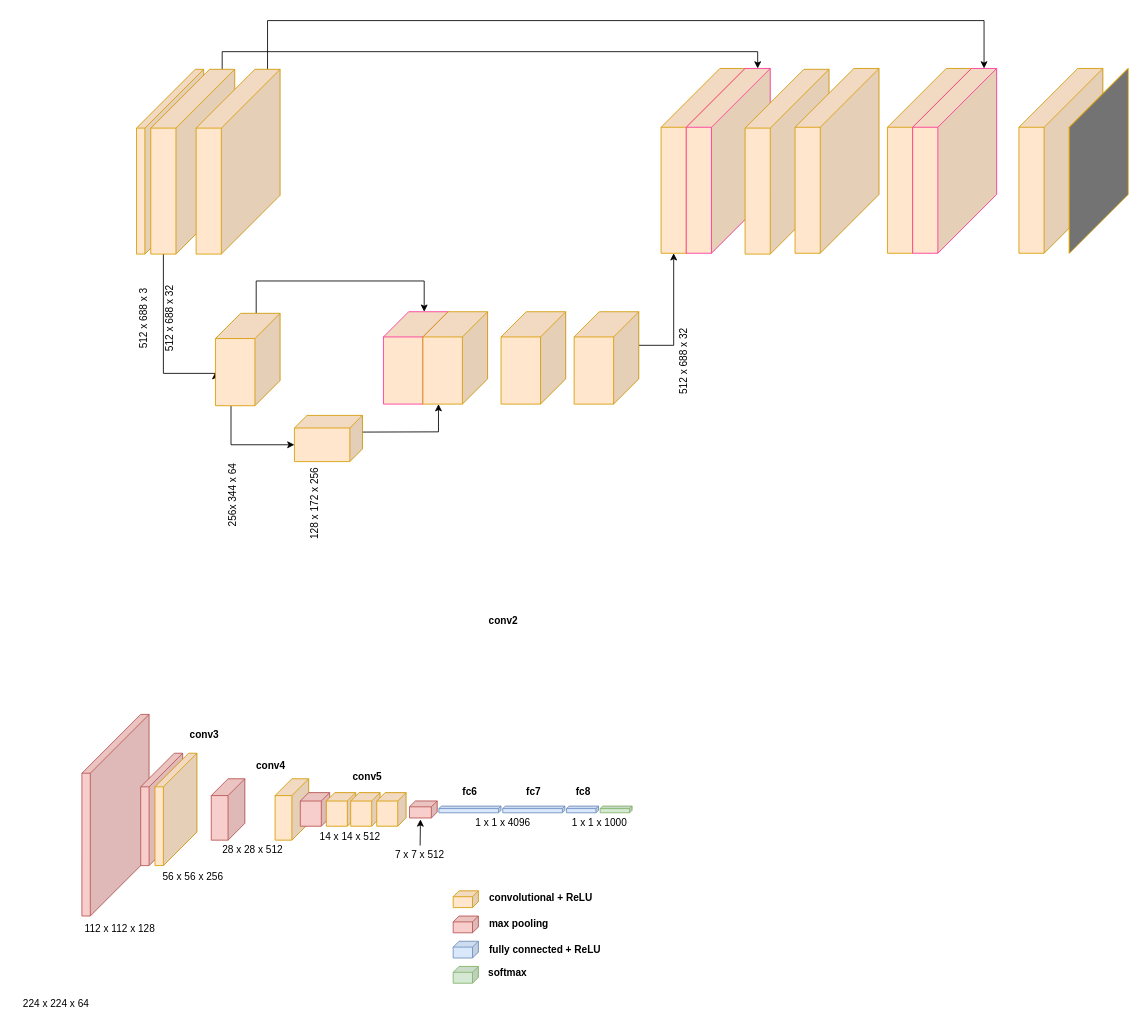
Before: vgg16_xml.drawio in farzin23i/Neural-Network-Architecture-Diagrams, a draw.io diagram. Source tidied: cells renumbered, new cells numbered last; positions are measured from the earlier drawing's top-left corner, leaving out a move shared by most shapes. Both pictures are drawn from the tidied source at 84%, with x=0, y=0 at pixel (14, 20).
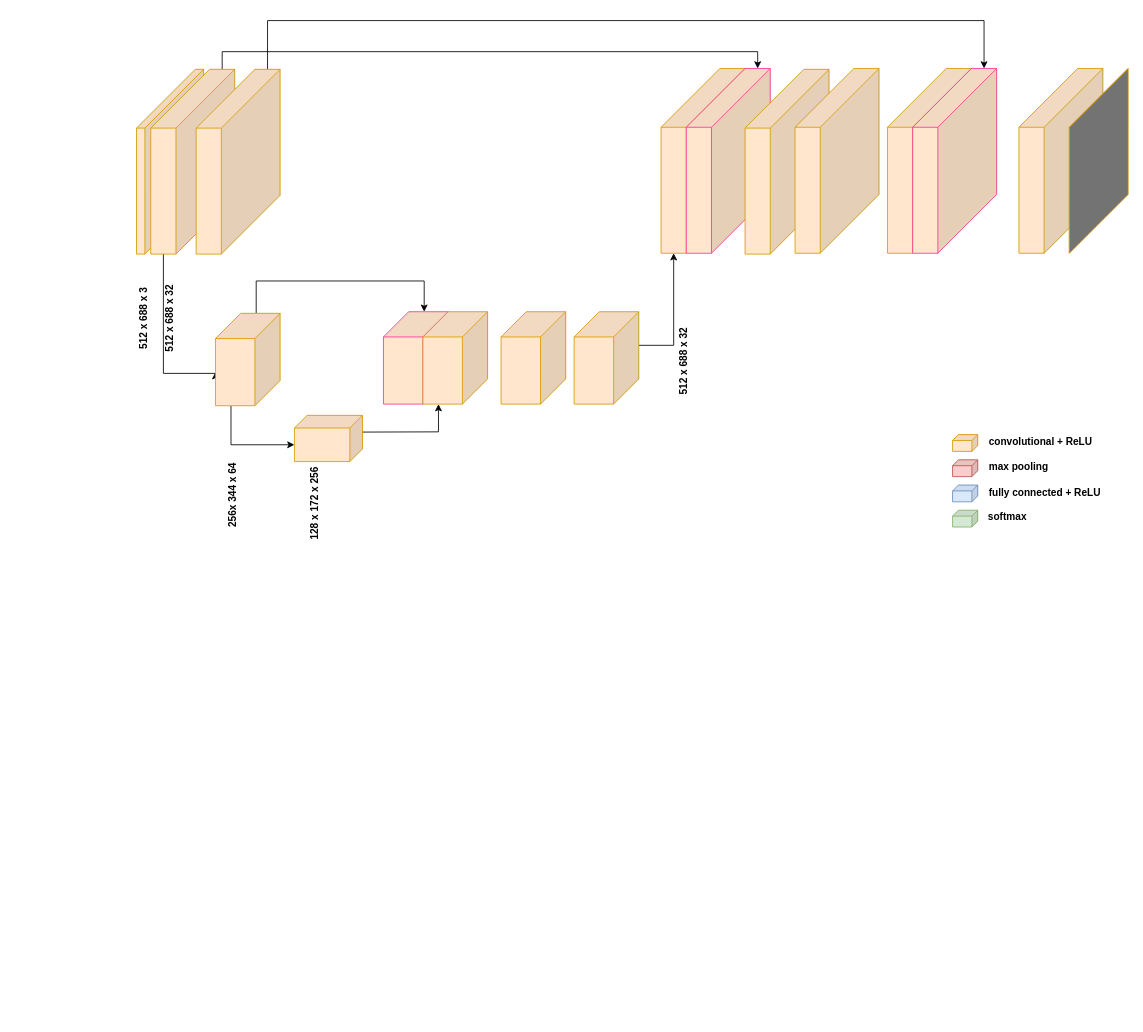
Above is the later version.

Change to the diagram source:
```diff
@@
-    <mxCell id="2" style="shape=cube;whiteSpace=wrap;html=1;boundedLbl=1;backgroundOutline=1;darkOpacity=0.05;darkOpacity2=0.1;size=70;direction=east;flipH=1;fillColor=#f8cecc;strokeColor=#b85450;" parent="1" vertex="1">
-      <mxGeometry x="80" y="826" width="80" height="240" as="geometry" />
-    </mxCell>
-    <mxCell id="3" style="shape=cube;whiteSpace=wrap;html=1;boundedLbl=1;backgroundOutline=1;darkOpacity=0.05;darkOpacity2=0.1;size=40;direction=east;flipH=1;fillColor=#f8cecc;strokeColor=#b85450;" parent="1" vertex="1">
-      <mxGeometry x="150" y="872.2" width="50" height="133.8" as="geometry" />
-    </mxCell>
-    <mxCell id="4" style="shape=cube;whiteSpace=wrap;html=1;boundedLbl=1;backgroundOutline=1;darkOpacity=0.05;darkOpacity2=0.1;size=40;direction=east;flipH=1;fillColor=#ffe6cc;strokeColor=#d79b00;" parent="1" vertex="1">
-      <mxGeometry x="167" y="872.2" width="50" height="133.8" as="geometry" />
-    </mxCell>
-    <mxCell id="5" style="shape=cube;whiteSpace=wrap;html=1;boundedLbl=1;backgroundOutline=1;darkOpacity=0.05;darkOpacity2=0.1;size=20;direction=east;flipH=1;fillColor=#f8cecc;strokeColor=#b85450;" parent="1" vertex="1">
-      <mxGeometry x="234" y="902.6" width="40" height="73.1" as="geometry" />
-    </mxCell>
-    <mxCell id="6" style="shape=cube;whiteSpace=wrap;html=1;boundedLbl=1;backgroundOutline=1;darkOpacity=0.05;darkOpacity2=0.1;size=20;direction=east;flipH=1;fillColor=#ffe6cc;strokeColor=#d79b00;" parent="1" vertex="1">
-      <mxGeometry x="310" y="902.6" width="40" height="73.1" as="geometry" />
-    </mxCell>
-    <mxCell id="7" style="shape=cube;whiteSpace=wrap;html=1;boundedLbl=1;backgroundOutline=1;darkOpacity=0.05;darkOpacity2=0.1;size=10;direction=east;flipH=1;fillColor=#f8cecc;strokeColor=#b85450;" parent="1" vertex="1">
-      <mxGeometry x="340" y="919.1" width="35" height="40" as="geometry" />
-    </mxCell>
-    <mxCell id="8" style="shape=cube;whiteSpace=wrap;html=1;boundedLbl=1;backgroundOutline=1;darkOpacity=0.05;darkOpacity2=0.1;size=10;direction=east;flipH=1;fillColor=#ffe6cc;strokeColor=#d79b00;" parent="1" vertex="1">
-      <mxGeometry x="371" y="919.1" width="35" height="40" as="geometry" />
-    </mxCell>
-    <mxCell id="9" style="shape=cube;whiteSpace=wrap;html=1;boundedLbl=1;backgroundOutline=1;darkOpacity=0.05;darkOpacity2=0.1;size=7;direction=east;flipH=1;fillColor=#f8cecc;strokeColor=#b85450;" parent="1" vertex="1">
-      <mxGeometry x="470" y="929" width="33" height="20.3" as="geometry" />
-    </mxCell>
-    <mxCell id="10" style="shape=cube;whiteSpace=wrap;html=1;boundedLbl=1;backgroundOutline=1;darkOpacity=0.05;darkOpacity2=0.1;size=3;direction=east;flipH=1;fillColor=#dae8fc;strokeColor=#6c8ebf;" parent="1" vertex="1">
-      <mxGeometry x="505" y="935.1" width="74" height="8" as="geometry" />
-    </mxCell>
-    <mxCell id="11" style="shape=cube;whiteSpace=wrap;html=1;boundedLbl=1;backgroundOutline=1;darkOpacity=0.05;darkOpacity2=0.1;size=3;direction=east;flipH=1;fillColor=#dae8fc;strokeColor=#6c8ebf;" parent="1" vertex="1">
-      <mxGeometry x="581" y="935.1" width="74" height="8" as="geometry" />
-    </mxCell>
-    <mxCell id="12" style="shape=cube;whiteSpace=wrap;html=1;boundedLbl=1;backgroundOutline=1;darkOpacity=0.05;darkOpacity2=0.1;size=3;direction=east;flipH=1;fillColor=#dae8fc;strokeColor=#6c8ebf;" parent="1" vertex="1">
-      <mxGeometry x="657" y="935.1" width="38" height="8" as="geometry" />
-    </mxCell>
-    <mxCell id="13" style="shape=cube;whiteSpace=wrap;html=1;boundedLbl=1;backgroundOutline=1;darkOpacity=0.05;darkOpacity2=0.1;size=7;direction=east;flipH=1;fillColor=#ffe6cc;strokeColor=#d79b00;" parent="1" vertex="1">
-      <mxGeometry x="522" y="1036" width="30" height="20" as="geometry" />
+    <mxCell id="13" style="shape=cube;whiteSpace=wrap;html=1;boundedLbl=1;backgroundOutline=1;darkOpacity=0.05;darkOpacity2=0.1;size=7;direction=east;flipH=1;fillColor=#ffe6cc;strokeColor=#d79b00;fontStyle=1;" parent="1" vertex="1">
+      <mxGeometry x="1116.5" y="492.9" width="30" height="20" as="geometry" />
     </mxCell>
-    <mxCell id="14" style="shape=cube;whiteSpace=wrap;html=1;boundedLbl=1;backgroundOutline=1;darkOpacity=0.05;darkOpacity2=0.1;size=7;direction=east;flipH=1;fillColor=#f8cecc;strokeColor=#b85450;" parent="1" vertex="1">
-      <mxGeometry x="522" y="1066" width="30" height="20" as="geometry" />
+    <mxCell id="14" style="shape=cube;whiteSpace=wrap;html=1;boundedLbl=1;backgroundOutline=1;darkOpacity=0.05;darkOpacity2=0.1;size=7;direction=east;flipH=1;fillColor=#f8cecc;strokeColor=#b85450;fontStyle=1;" parent="1" vertex="1">
+      <mxGeometry x="1116.5" y="522.9" width="30" height="20" as="geometry" />
     </mxCell>
-    <mxCell id="15" style="shape=cube;whiteSpace=wrap;html=1;boundedLbl=1;backgroundOutline=1;darkOpacity=0.05;darkOpacity2=0.1;size=7;direction=east;flipH=1;fillColor=#dae8fc;strokeColor=#6c8ebf;" parent="1" vertex="1">
-      <mxGeometry x="522" y="1096" width="30" height="20" as="geometry" />
+    <mxCell id="15" style="shape=cube;whiteSpace=wrap;html=1;boundedLbl=1;backgroundOutline=1;darkOpacity=0.05;darkOpacity2=0.1;size=7;direction=east;flipH=1;fillColor=#dae8fc;strokeColor=#6c8ebf;fontStyle=1;" parent="1" vertex="1">
+      <mxGeometry x="1116.5" y="552.9" width="30" height="20" as="geometry" />
     </mxCell>
-    <mxCell id="16" style="shape=cube;whiteSpace=wrap;html=1;boundedLbl=1;backgroundOutline=1;darkOpacity=0.05;darkOpacity2=0.1;size=3;direction=east;flipH=1;fillColor=#d5e8d4;strokeColor=#82b366;" parent="1" vertex="1">
-      <mxGeometry x="697" y="935.1" width="38" height="8" as="geometry" />
-    </mxCell>
-    <mxCell id="17" style="shape=cube;whiteSpace=wrap;html=1;boundedLbl=1;backgroundOutline=1;darkOpacity=0.05;darkOpacity2=0.1;size=7;direction=east;flipH=1;fillColor=#d5e8d4;strokeColor=#82b366;" parent="1" vertex="1">
-      <mxGeometry x="522" y="1126" width="30" height="20" as="geometry" />
+    <mxCell id="17" style="shape=cube;whiteSpace=wrap;html=1;boundedLbl=1;backgroundOutline=1;darkOpacity=0.05;darkOpacity2=0.1;size=7;direction=east;flipH=1;fillColor=#d5e8d4;strokeColor=#82b366;fontStyle=1;" parent="1" vertex="1">
+      <mxGeometry x="1116.5" y="582.9" width="30" height="20" as="geometry" />
     </mxCell>
-    <mxCell id="18" value="&lt;b&gt;conv2&lt;/b&gt;" style="text;html=1;strokeColor=none;fillColor=none;align=center;verticalAlign=middle;whiteSpace=wrap;rounded=0;" parent="1" vertex="1">
-      <mxGeometry x="561.5" y="700" width="40" height="30" as="geometry" />
-    </mxCell>
-    <mxCell id="19" value="&lt;b&gt;conv3&lt;/b&gt;" style="text;html=1;strokeColor=none;fillColor=none;align=center;verticalAlign=middle;whiteSpace=wrap;rounded=0;" parent="1" vertex="1">
-      <mxGeometry x="206" y="836" width="40" height="30" as="geometry" />
-    </mxCell>
-    <mxCell id="20" value="&lt;b&gt;conv4&lt;/b&gt;" style="text;html=1;strokeColor=none;fillColor=none;align=center;verticalAlign=middle;whiteSpace=wrap;rounded=0;" parent="1" vertex="1">
-      <mxGeometry x="285" y="872.2" width="40" height="30" as="geometry" />
-    </mxCell>
-    <mxCell id="21" value="&lt;b&gt;conv5&lt;/b&gt;" style="text;html=1;strokeColor=none;fillColor=none;align=center;verticalAlign=middle;whiteSpace=wrap;rounded=0;" parent="1" vertex="1">
-      <mxGeometry x="400" y="886" width="40" height="30" as="geometry" />
-    </mxCell>
-    <mxCell id="22" value="&lt;b&gt;fc6&lt;/b&gt;" style="text;html=1;strokeColor=none;fillColor=none;align=center;verticalAlign=middle;whiteSpace=wrap;rounded=0;" parent="1" vertex="1">
-      <mxGeometry x="522" y="902.6" width="40" height="30" as="geometry" />
-    </mxCell>
-    <mxCell id="23" value="&lt;b&gt;fc7&lt;/b&gt;" style="text;html=1;strokeColor=none;fillColor=none;align=center;verticalAlign=middle;whiteSpace=wrap;rounded=0;" parent="1" vertex="1">
-      <mxGeometry x="598" y="902.6" width="40" height="30" as="geometry" />
-    </mxCell>
-    <mxCell id="24" value="&lt;b&gt;fc8&lt;/b&gt;" style="text;html=1;strokeColor=none;fillColor=none;align=center;verticalAlign=middle;whiteSpace=wrap;rounded=0;" parent="1" vertex="1">
-      <mxGeometry x="657" y="902.6" width="40" height="30" as="geometry" />
-    </mxCell>
-    <mxCell id="25" value="224 x 224 x 64" style="text;html=1;strokeColor=none;fillColor=none;align=center;verticalAlign=middle;whiteSpace=wrap;rounded=0;" parent="1" vertex="1">
-      <mxGeometry y="1156" width="99" height="30" as="geometry" />
-    </mxCell>
-    <mxCell id="26" value="112 x 112 x 128" style="text;html=1;strokeColor=none;fillColor=none;align=center;verticalAlign=middle;whiteSpace=wrap;rounded=0;" parent="1" vertex="1">
-      <mxGeometry x="76" y="1066" width="99" height="30" as="geometry" />
-    </mxCell>
-    <mxCell id="27" value="56 x 56 x 256" style="text;html=1;strokeColor=none;fillColor=none;align=center;verticalAlign=middle;whiteSpace=wrap;rounded=0;" parent="1" vertex="1">
-      <mxGeometry x="163" y="1005" width="99" height="30" as="geometry" />
-    </mxCell>
-    <mxCell id="28" value="28 x 28 x 512" style="text;html=1;strokeColor=none;fillColor=none;align=center;verticalAlign=middle;whiteSpace=wrap;rounded=0;" parent="1" vertex="1">
-      <mxGeometry x="234" y="972" width="99" height="30" as="geometry" />
-    </mxCell>
-    <mxCell id="29" value="14 x 14 x 512" style="text;html=1;strokeColor=none;fillColor=none;align=center;verticalAlign=middle;whiteSpace=wrap;rounded=0;" parent="1" vertex="1">
-      <mxGeometry x="350" y="957.1" width="99" height="30" as="geometry" />
-    </mxCell>
-    <mxCell id="30" style="shape=cube;whiteSpace=wrap;html=1;boundedLbl=1;backgroundOutline=1;darkOpacity=0.05;darkOpacity2=0.1;size=10;direction=east;flipH=1;fillColor=#ffe6cc;strokeColor=#d79b00;" parent="1" vertex="1">
-      <mxGeometry x="400" y="919.1" width="35" height="40" as="geometry" />
-    </mxCell>
-    <mxCell id="31" style="shape=cube;whiteSpace=wrap;html=1;boundedLbl=1;backgroundOutline=1;darkOpacity=0.05;darkOpacity2=0.1;size=10;direction=east;flipH=1;fillColor=#ffe6cc;strokeColor=#d79b00;" parent="1" vertex="1">
-      <mxGeometry x="431" y="919.1" width="35" height="40" as="geometry" />
-    </mxCell>
-    <mxCell id="32" value="7 x 7 x 512" style="text;html=1;strokeColor=none;fillColor=none;align=center;verticalAlign=middle;whiteSpace=wrap;rounded=0;" parent="1" vertex="1">
-      <mxGeometry x="433" y="982.1" width="99" height="23.9" as="geometry" />
-    </mxCell>
-    <mxCell id="33" style="endArrow=classic;html=1;entryX=0.605;entryY=1.084;entryDx=0;entryDy=0;entryPerimeter=0;" parent="1" edge="1" source="32" target="9">
-      <mxGeometry relative="1" as="geometry" />
-    </mxCell>
-    <mxCell id="34" value="1 x 1 x 4096" style="text;html=1;strokeColor=none;fillColor=none;align=center;verticalAlign=middle;whiteSpace=wrap;rounded=0;" parent="1" vertex="1">
-      <mxGeometry x="532" y="943.1" width="99" height="24" as="geometry" />
-    </mxCell>
-    <mxCell id="35" value="1 x 1 x 1000" style="text;html=1;strokeColor=none;fillColor=none;align=center;verticalAlign=middle;whiteSpace=wrap;rounded=0;" parent="1" vertex="1">
-      <mxGeometry x="647" y="943.1" width="99" height="24" as="geometry" />
-    </mxCell>
     <mxCell id="36" value="convolutional + ReLU" style="text;html=1;strokeColor=none;fillColor=none;align=left;verticalAlign=middle;whiteSpace=wrap;rounded=0;fontStyle=1;" parent="1" vertex="1">
-      <mxGeometry x="563" y="1033.1" width="138" height="23.9" as="geometry" />
+      <mxGeometry x="1157.5" y="490" width="138" height="23.9" as="geometry" />
     </mxCell>
     <mxCell id="37" value="max pooling" style="text;html=1;strokeColor=none;fillColor=none;align=left;verticalAlign=middle;whiteSpace=wrap;rounded=0;fontStyle=1;" parent="1" vertex="1">
-      <mxGeometry x="563" y="1063.1" width="138" height="23.9" as="geometry" />
+      <mxGeometry x="1157.5" y="520" width="138" height="23.9" as="geometry" />
     </mxCell>
     <mxCell id="38" value="fully connected + ReLU" style="text;html=1;strokeColor=none;fillColor=none;align=left;verticalAlign=middle;whiteSpace=wrap;rounded=0;fontStyle=1;" parent="1" vertex="1">
-      <mxGeometry x="563" y="1094.1" width="138" height="23.9" as="geometry" />
+      <mxGeometry x="1157.5" y="551.1" width="138" height="23.9" as="geometry" />
     </mxCell>
     <mxCell id="39" value="softmax" style="text;html=1;strokeColor=none;fillColor=none;align=left;verticalAlign=middle;whiteSpace=wrap;rounded=0;fontStyle=1;" parent="1" vertex="1">
-      <mxGeometry x="562" y="1122.1" width="138" height="23.9" as="geometry" />
+      <mxGeometry x="1156.5" y="579.1" width="138" height="23.9" as="geometry" />
     </mxCell>
-    <mxCell id="40" value="128 x 172 x 256" style="text;html=1;strokeColor=none;fillColor=none;align=center;verticalAlign=middle;whiteSpace=wrap;rounded=0;rotation=-90;" parent="1" vertex="1">
+    <mxCell id="40" value="128 x 172 x 256" style="text;html=1;strokeColor=none;fillColor=none;align=center;verticalAlign=middle;whiteSpace=wrap;rounded=0;rotation=-90;fontStyle=1;" parent="1" vertex="1">
       <mxGeometry x="308" y="560" width="99" height="30" as="geometry" />
     </mxCell>
-    <mxCell id="41" value="256x 344 x 64" style="text;html=1;strokeColor=none;fillColor=none;align=center;verticalAlign=middle;whiteSpace=wrap;rounded=0;rotation=-90;" parent="1" vertex="1">
+    <mxCell id="41" value="256x 344 x 64" style="text;html=1;strokeColor=none;fillColor=none;align=center;verticalAlign=middle;whiteSpace=wrap;rounded=0;rotation=-90;fontStyle=1;" parent="1" vertex="1">
       <mxGeometry x="211" y="550" width="99" height="30" as="geometry" />
     </mxCell>
@@
-    <mxCell id="47" value="512 x 688 x 3&amp;nbsp;" style="text;html=1;strokeColor=none;fillColor=none;align=center;verticalAlign=middle;whiteSpace=wrap;rounded=0;rotation=-90;" parent="1" vertex="1">
+    <mxCell id="47" value="512 x 688 x 3&amp;nbsp;" style="text;html=1;strokeColor=none;fillColor=none;align=center;verticalAlign=middle;whiteSpace=wrap;rounded=0;rotation=-90;fontStyle=1;" parent="1" vertex="1">
       <mxGeometry x="105" y="338" width="99" height="30" as="geometry" />
     </mxCell>
-    <mxCell id="48" value="512 x 688 x 32&amp;nbsp;" style="text;html=1;strokeColor=none;fillColor=none;align=center;verticalAlign=middle;whiteSpace=wrap;rounded=0;rotation=-90;" parent="1" vertex="1">
+    <mxCell id="48" value="512 x 688 x 32&amp;nbsp;" style="text;html=1;strokeColor=none;fillColor=none;align=center;verticalAlign=middle;whiteSpace=wrap;rounded=0;rotation=-90;fontStyle=1;" parent="1" vertex="1">
       <mxGeometry x="136" y="338" width="99" height="30" as="geometry" />
     </mxCell>
@@
-    <mxCell id="50" style="edgeStyle=orthogonalEdgeStyle;rounded=0;jettySize=auto;html=1;exitX=0;exitY=0;exitDx=58.5;exitDy=110;exitPerimeter=0;entryX=0;entryY=0;entryDx=81;entryDy=35;entryPerimeter=0;fontColor=#383838;" parent="1" edge="1" source="51" target="53">
+    <mxCell id="50" style="edgeStyle=orthogonalEdgeStyle;rounded=0;jettySize=auto;html=1;exitX=0;exitY=0;exitDx=58.5;exitDy=110;exitPerimeter=0;entryX=0;entryY=0;entryDx=81;entryDy=35;entryPerimeter=0;fontColor=#383838;fontStyle=1;" parent="1" edge="1" source="51" target="53">
       <mxGeometry relative="1" as="geometry" />
     </mxCell>
-    <mxCell id="51" style="shape=cube;whiteSpace=wrap;html=1;boundedLbl=1;backgroundOutline=1;darkOpacity=0.05;darkOpacity2=0.1;size=30;direction=east;flipH=1;fillColor=#ffe6cc;strokeColor=#d79b00;" parent="1" vertex="1">
+    <mxCell id="51" style="shape=cube;whiteSpace=wrap;html=1;boundedLbl=1;backgroundOutline=1;darkOpacity=0.05;darkOpacity2=0.1;size=30;direction=east;flipH=1;fillColor=#ffe6cc;strokeColor=#d79b00;fontStyle=1;" parent="1" vertex="1">
       <mxGeometry x="239" y="348.5" width="77" height="110" as="geometry" />
     </mxCell>
@@
-    <mxCell id="53" style="shape=cube;whiteSpace=wrap;html=1;boundedLbl=1;backgroundOutline=1;darkOpacity=0.05;darkOpacity2=0.1;size=15;direction=east;flipH=1;fillColor=#ffe6cc;strokeColor=#d79b00;" parent="1" vertex="1">
+    <mxCell id="53" style="shape=cube;whiteSpace=wrap;html=1;boundedLbl=1;backgroundOutline=1;darkOpacity=0.05;darkOpacity2=0.1;size=15;direction=east;flipH=1;fillColor=#ffe6cc;strokeColor=#d79b00;fontStyle=1;" parent="1" vertex="1">
       <mxGeometry x="333" y="470" width="81" height="55" as="geometry" />
     </mxCell>
@@
-    <mxCell id="60" value="512 x 688 x 32&amp;nbsp;" style="text;html=1;strokeColor=none;fillColor=none;align=center;verticalAlign=middle;whiteSpace=wrap;rounded=0;rotation=-90;" parent="1" vertex="1">
+    <mxCell id="60" value="512 x 688 x 32&amp;nbsp;" style="text;html=1;strokeColor=none;fillColor=none;align=center;verticalAlign=middle;whiteSpace=wrap;rounded=0;rotation=-90;fontStyle=1;" parent="1" vertex="1">
       <mxGeometry x="746.5" y="389.5" width="99" height="30" as="geometry" />
     </mxCell>
```
